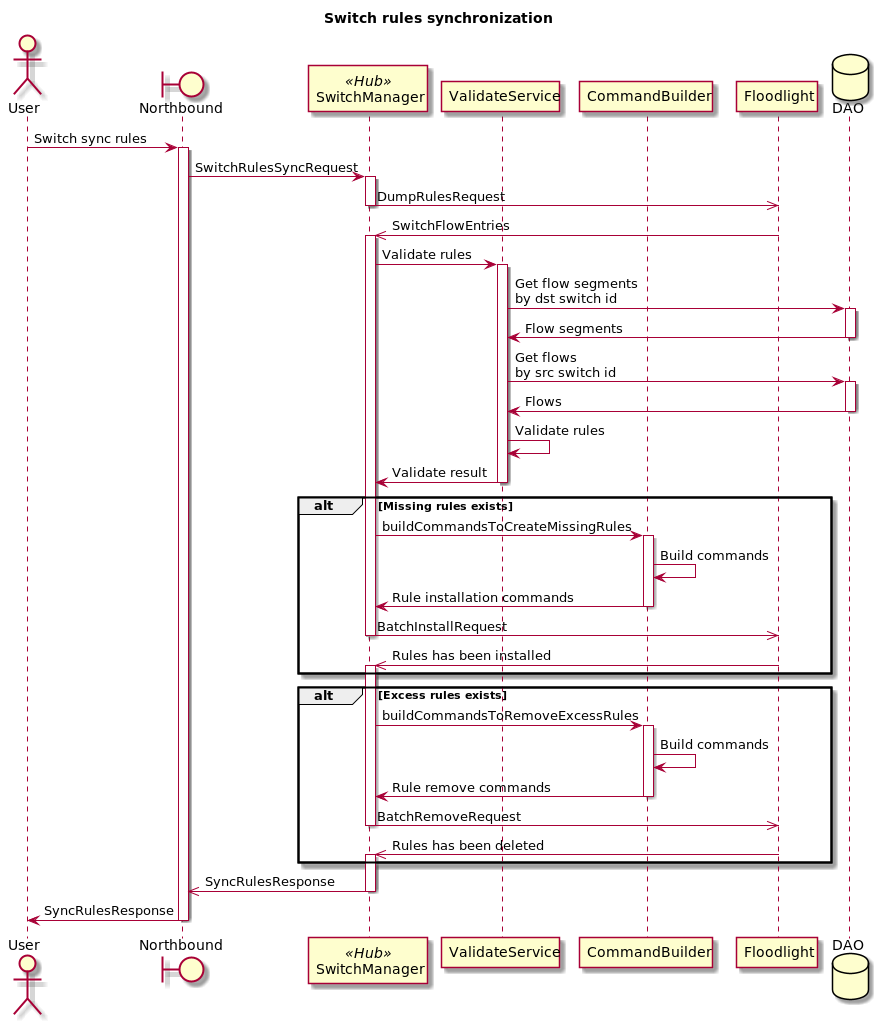
Earlier version of the PlantUML export docs/design/hub-and-spoke/switch-sync/h&s-implementation-switch-sync.png (telstra/open-kilda).
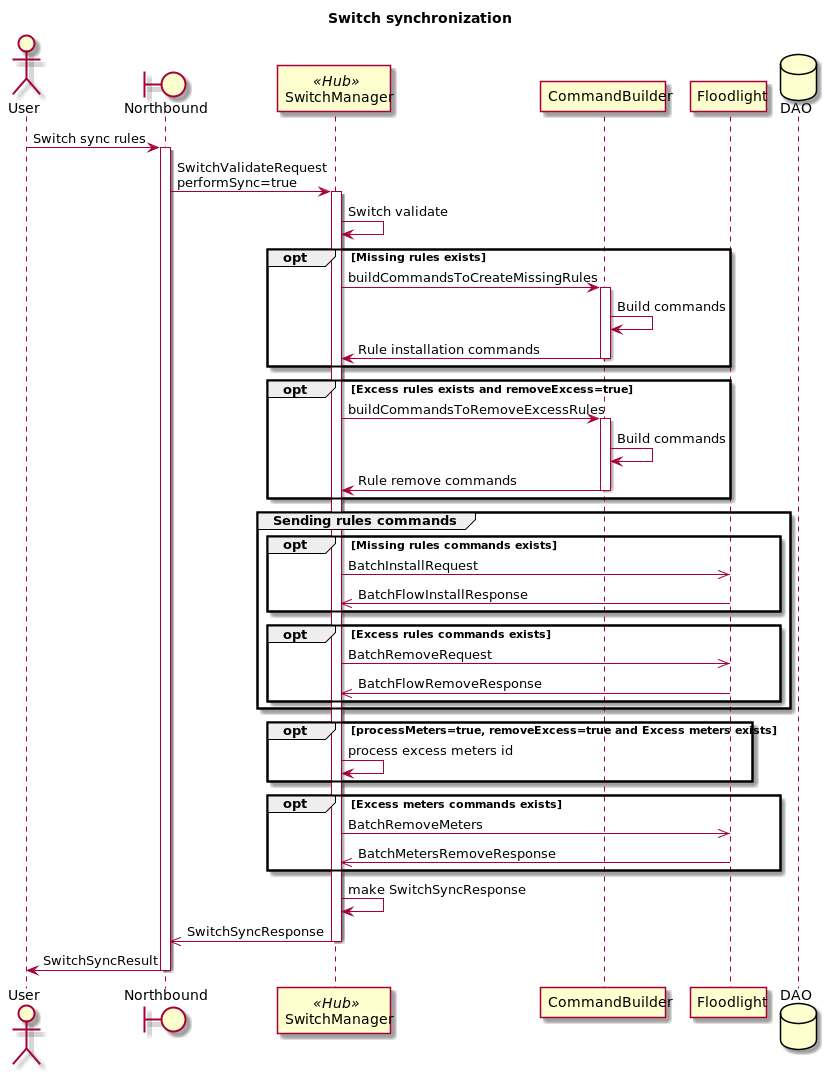
Above is the later version.

The edit, as a diff of the source:
```diff
@@ -1,10 +1,9 @@
 @startuml
-title Switch rules synchronization
+title Switch synchronization
 
 actor User
 boundary Northbound as NB
 participant SwitchManager << Hub >>
-participant ValidateService
 participant CommandBuilder
 participant Floodlight as FL
 database DAO
@@ -12,57 +11,53 @@
 User -> NB : Switch sync rules
 
 activate NB
-NB -> SwitchManager : SwitchRulesSyncRequest
+NB -> SwitchManager : SwitchValidateRequest\nperformSync=true
 activate SwitchManager
 
-SwitchManager ->> FL : DumpRulesRequest
-deactivate SwitchManager
-FL ->> SwitchManager : SwitchFlowEntries
-activate SwitchManager
-SwitchManager -> ValidateService : Validate rules
-activate ValidateService
-ValidateService -> DAO : Get flow segments\nby dst switch id
-activate DAO
-DAO -> ValidateService : Flow segments
-deactivate DAO
-ValidateService -> DAO : Get flows\nby src switch id
-activate DAO
-DAO -> ValidateService : Flows
-deactivate DAO
-ValidateService -> ValidateService : Validate rules
+SwitchManager -> SwitchManager : Switch validate
 
-ValidateService -> SwitchManager : Validate result
-deactivate ValidateService
-
-alt Missing rules exists
+opt Missing rules exists
     SwitchManager -> CommandBuilder : buildCommandsToCreateMissingRules
     activate CommandBuilder
     CommandBuilder -> CommandBuilder : Build commands
     CommandBuilder -> SwitchManager : Rule installation commands
     deactivate CommandBuilder
-
-    SwitchManager ->> FL : BatchInstallRequest
-    deactivate SwitchManager
-    FL ->> SwitchManager : Rules has been installed
-    activate SwitchManager
 end
 
-alt Excess rules exists
+opt Excess rules exists and removeExcess=true
     SwitchManager -> CommandBuilder : buildCommandsToRemoveExcessRules
     activate CommandBuilder
     CommandBuilder -> CommandBuilder : Build commands
     CommandBuilder -> SwitchManager : Rule remove commands
     deactivate CommandBuilder
-
-    SwitchManager ->> FL : BatchRemoveRequest
-    deactivate SwitchManager
-    FL ->> SwitchManager : Rules has been deleted
-    activate SwitchManager
 end
 
-SwitchManager ->> NB: SyncRulesResponse
+group Sending rules commands
+    opt Missing rules commands exists
+        SwitchManager ->> FL : BatchInstallRequest
+        FL ->> SwitchManager : BatchFlowInstallResponse
+    end
+    opt Excess rules commands exists
+        SwitchManager ->> FL : BatchRemoveRequest
+        FL ->> SwitchManager : BatchFlowRemoveResponse
+    end
+
+end
+
+opt processMeters=true, removeExcess=true and Excess meters exists
+    SwitchManager -> SwitchManager : process excess meters id
+end
+
+opt Excess meters commands exists
+    SwitchManager ->> FL : BatchRemoveMeters
+    FL ->> SwitchManager : BatchMetersRemoveResponse
+end
+
+SwitchManager -> SwitchManager: make SwitchSyncResponse
+SwitchManager ->> NB: SwitchSyncResponse
 deactivate SwitchManager
-NB -> User: SyncRulesResponse
+
+NB -> User: SwitchSyncResult
 deactivate NB
 
 @enduml
```
